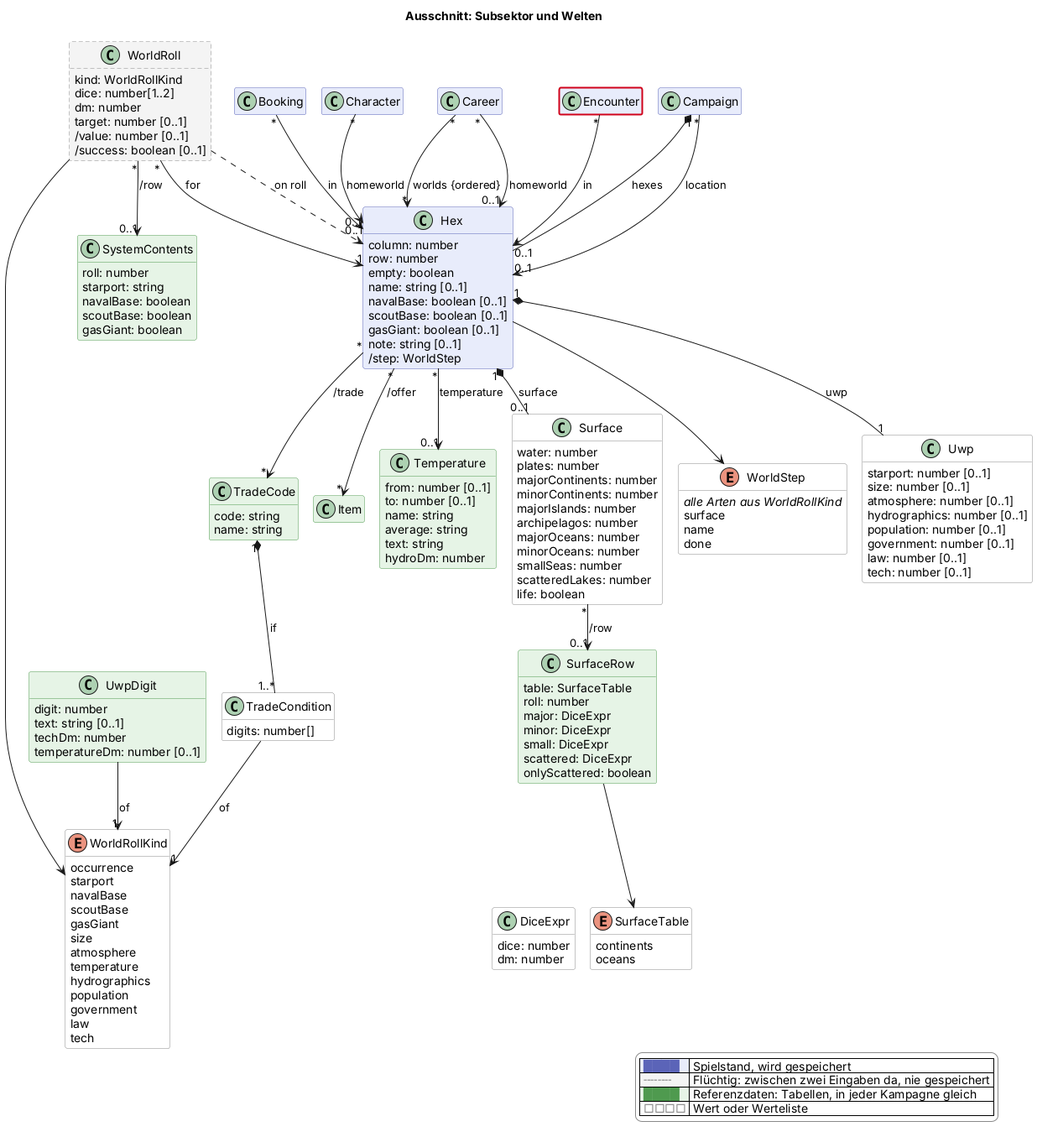
scuzzar/SRE keeps this PlantUML diagram as docs/views/sektor.png. Above is the earlier version.
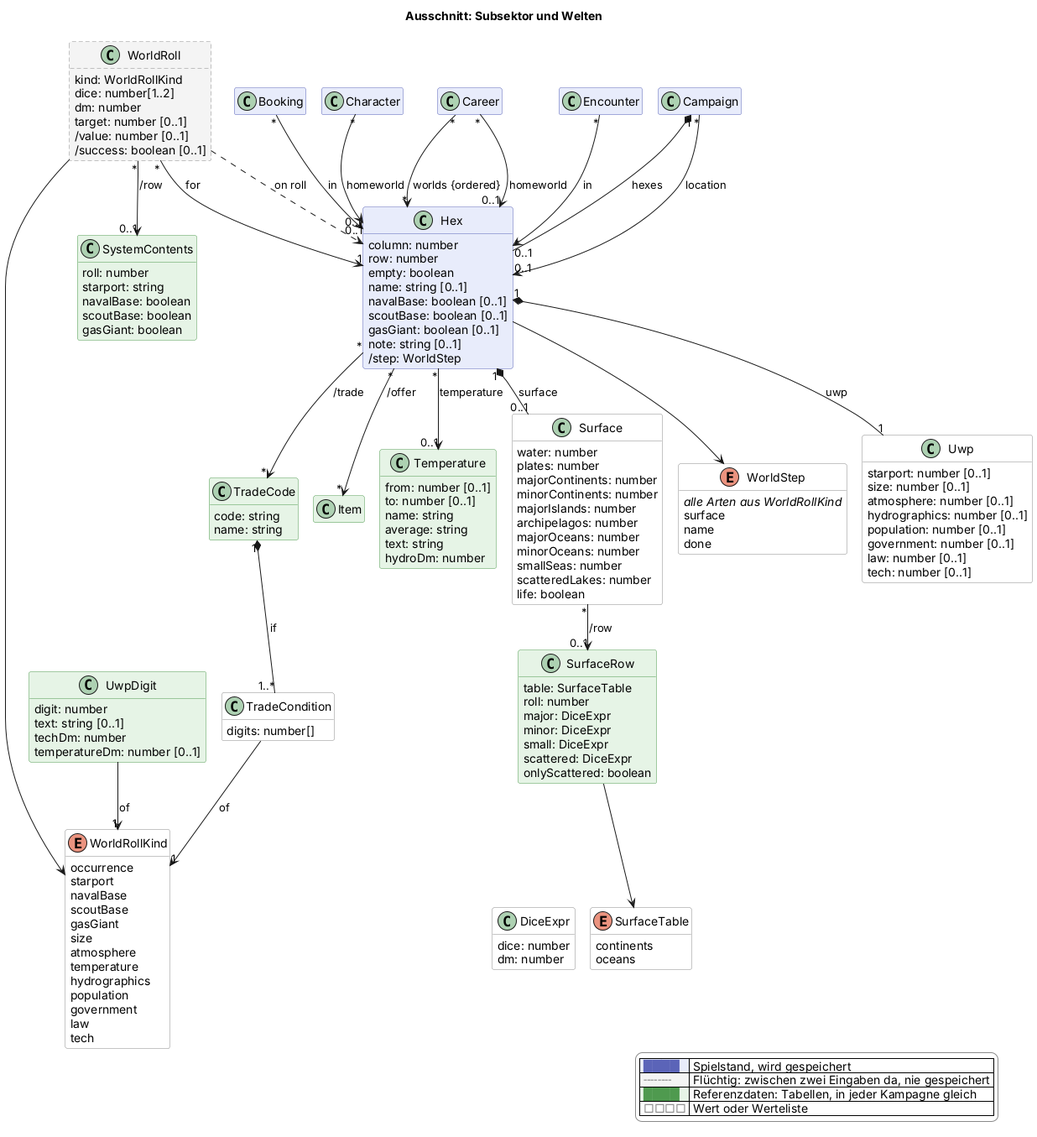
The same file after the commit.

Change to the diagram source:
```diff
@@ -227,5 +227,4 @@
   |<#e6f4e6> <color:#4f9a4f>████</color> | Referenzdaten: Tabellen, in jeder Kampagne gleich |
   |<#ffffff> <color:#8a8a8a>□□□□</color> | Wert oder Werteliste |
 endlegend
-class Encounter #line:d0021b;line.bold
 @enduml
```
